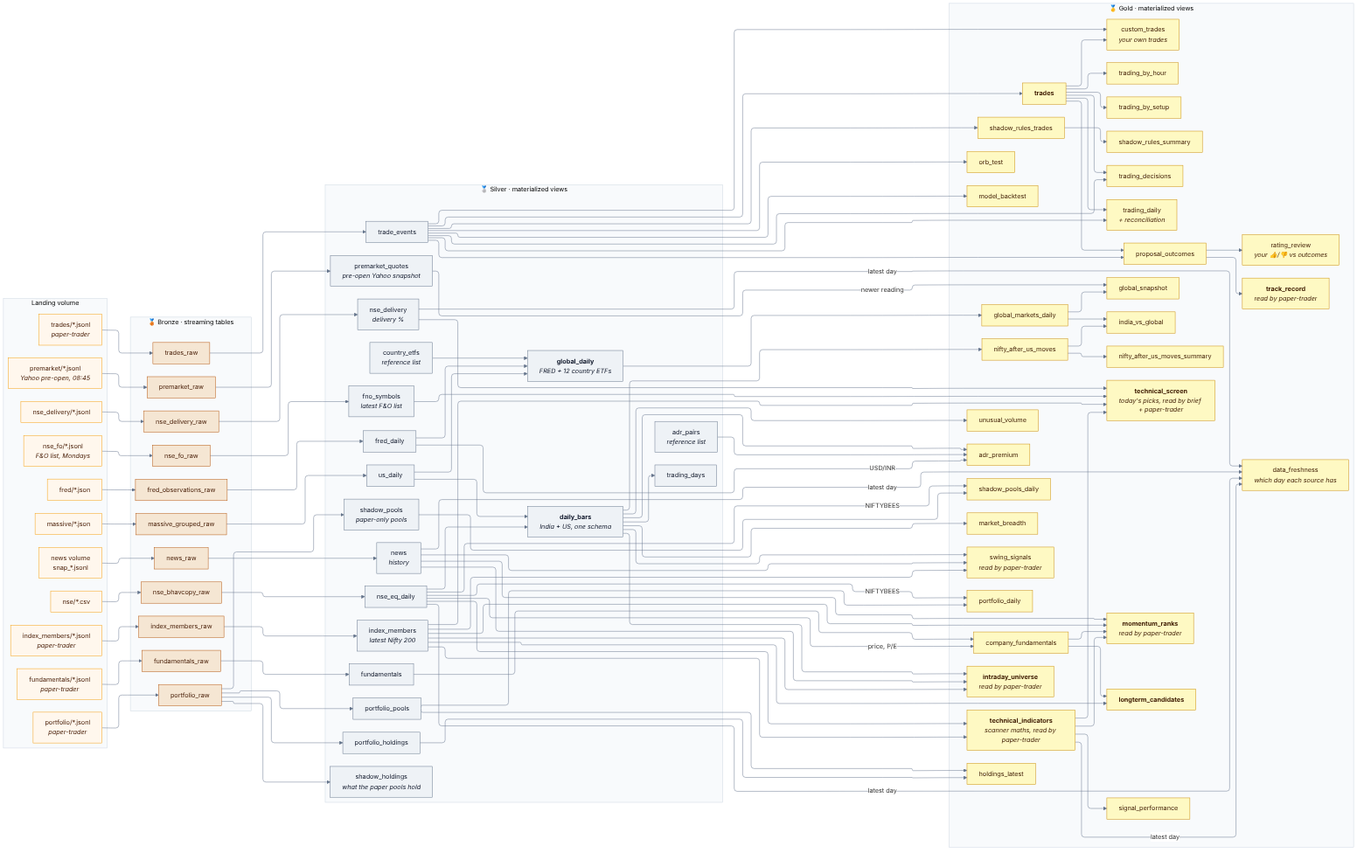
Above: docs/diagrams/03_lineage.png in bumblebee26/stocks_lakehouse (Mermaid), before the change. Its source is kept beside it as docs/diagrams/03_lineage.mmd.
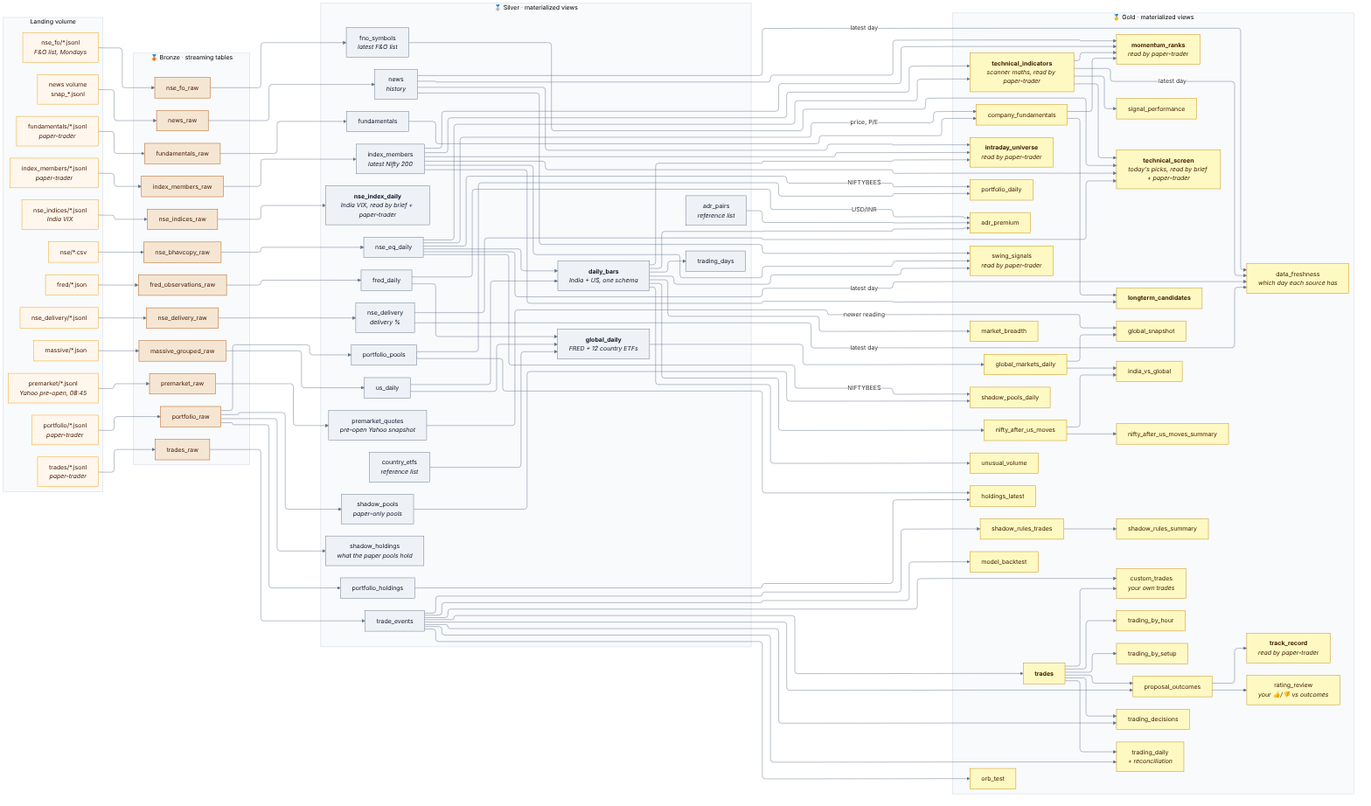
After the change.

Diff of the diagram source:
```diff
@@ -10,6 +10,7 @@
         direction TB
         LN["nse/*.csv"]
         LD["nse_delivery/*.jsonl"]
+        LX["nse_indices/*.jsonl<br/><i>India VIX</i>"]
         LO["nse_fo/*.jsonl<br/><i>F&amp;O list, Mondays</i>"]
         LM["massive/*.json"]
         LF["fred/*.json"]
@@ -34,6 +35,7 @@
         B9["nse_delivery_raw"]
         B10["nse_fo_raw"]
         B11["premarket_raw"]
+        B12["nse_indices_raw"]
     end
 
     subgraph S["🥈 Silver · materialized views"]
@@ -57,6 +59,7 @@
         S17["fno_symbols<br/><i>latest F&amp;O list</i>"]
         S18["shadow_holdings<br/><i>what the paper pools hold</i>"]
         S19["premarket_quotes<br/><i>pre-open Yahoo snapshot</i>"]
+        S20["<b>nse_index_daily</b><br/><i>India VIX, read by brief + paper-trader</i>"]
     end
 
     subgraph G["🥇 Gold · materialized views"]
@@ -145,6 +148,7 @@
     S12 --> G22
     LD --> B9 --> S16
     LO --> B10 --> S17
+    LX --> B12 --> S20
     S1 --> G24
     S11 --> G24
     G24 --> G25
@@ -167,7 +171,7 @@
     classDef bronze fill:#f5e6d3,stroke:#b45309,color:#451a03
     classDef silver fill:#eef2f6,stroke:#64748b,color:#0f172a
     classDef gold fill:#fef9c3,stroke:#ca8a04,color:#422006
-    class LN,LD,LO,LM,LF,LY,LT,LP,LU,LI,LW land
-    class B1,B2,B3,B4,B5,B6,B7,B8,B9,B10,B11 bronze
-    class S1,S2,S3,S4,S5,S6,S7,S8,S9,S10,S11,S12,S13,S14,S15,S16,S17,S18,S19 silver
+    class LN,LD,LX,LO,LM,LF,LY,LT,LP,LU,LI,LW land
+    class B1,B2,B3,B4,B5,B6,B7,B8,B9,B10,B11,B12 bronze
+    class S1,S2,S3,S4,S5,S6,S7,S8,S9,S10,S11,S12,S13,S14,S15,S16,S17,S18,S19,S20 silver
     class G1,G2,G3,G4,G5,G6,G7,G8,G9,G10,G11,G12,G13,G14,G15,G16,G17,G18,G19,G20,G21,G22,G23,G24,G25,G26,G27,G28,G29,G30,G31,G32,G33 gold
```
